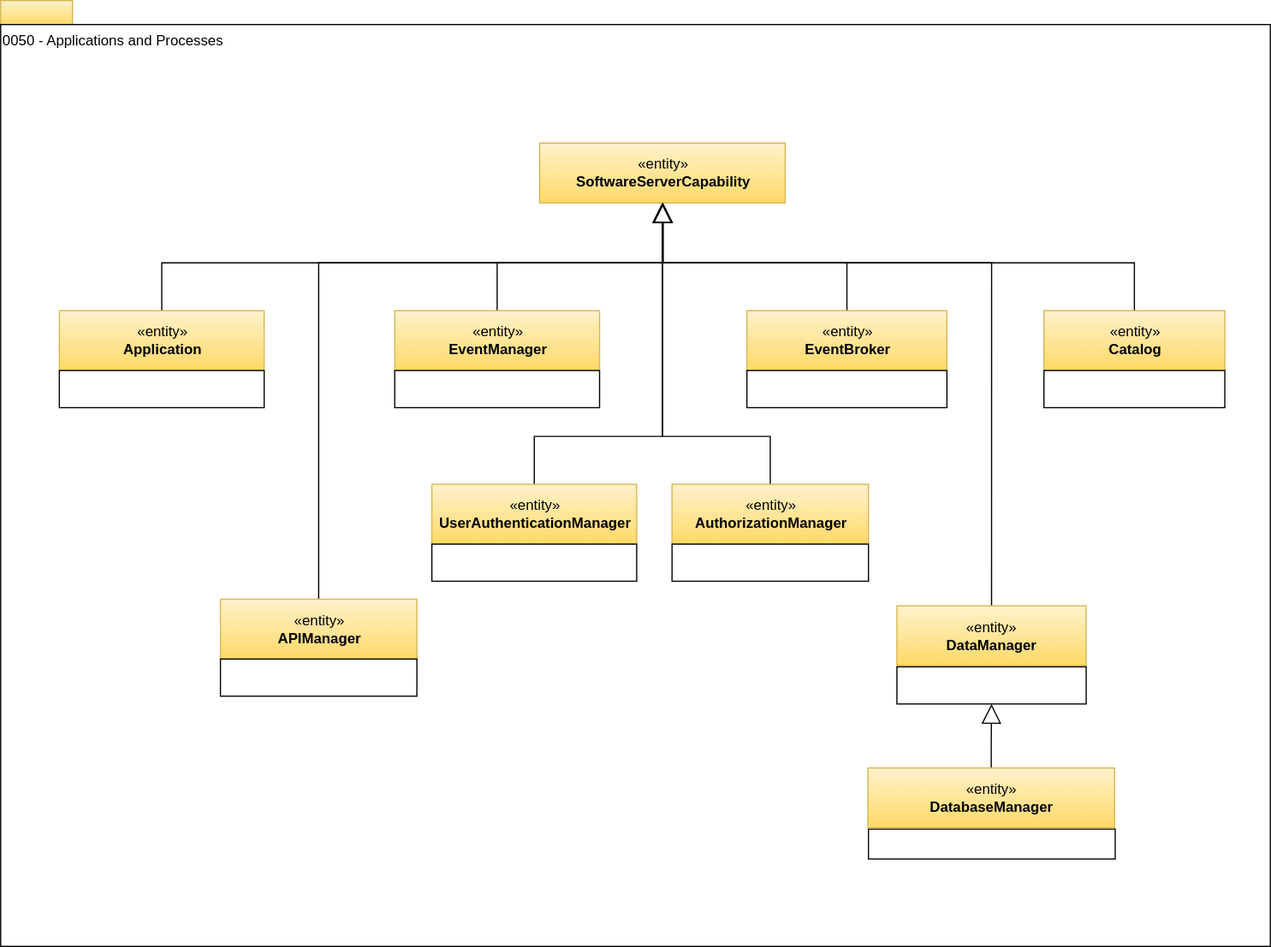
odpi/egeria-docs keeps this draw.io diagram as site/docs/types/0/0050-Applications-and-Processes.svg. Above is the earlier version. Source tidied: cells renumbered, new cells last; positions are measured from the earlier drawing's top-left corner, leaving out a move shared by most shapes.
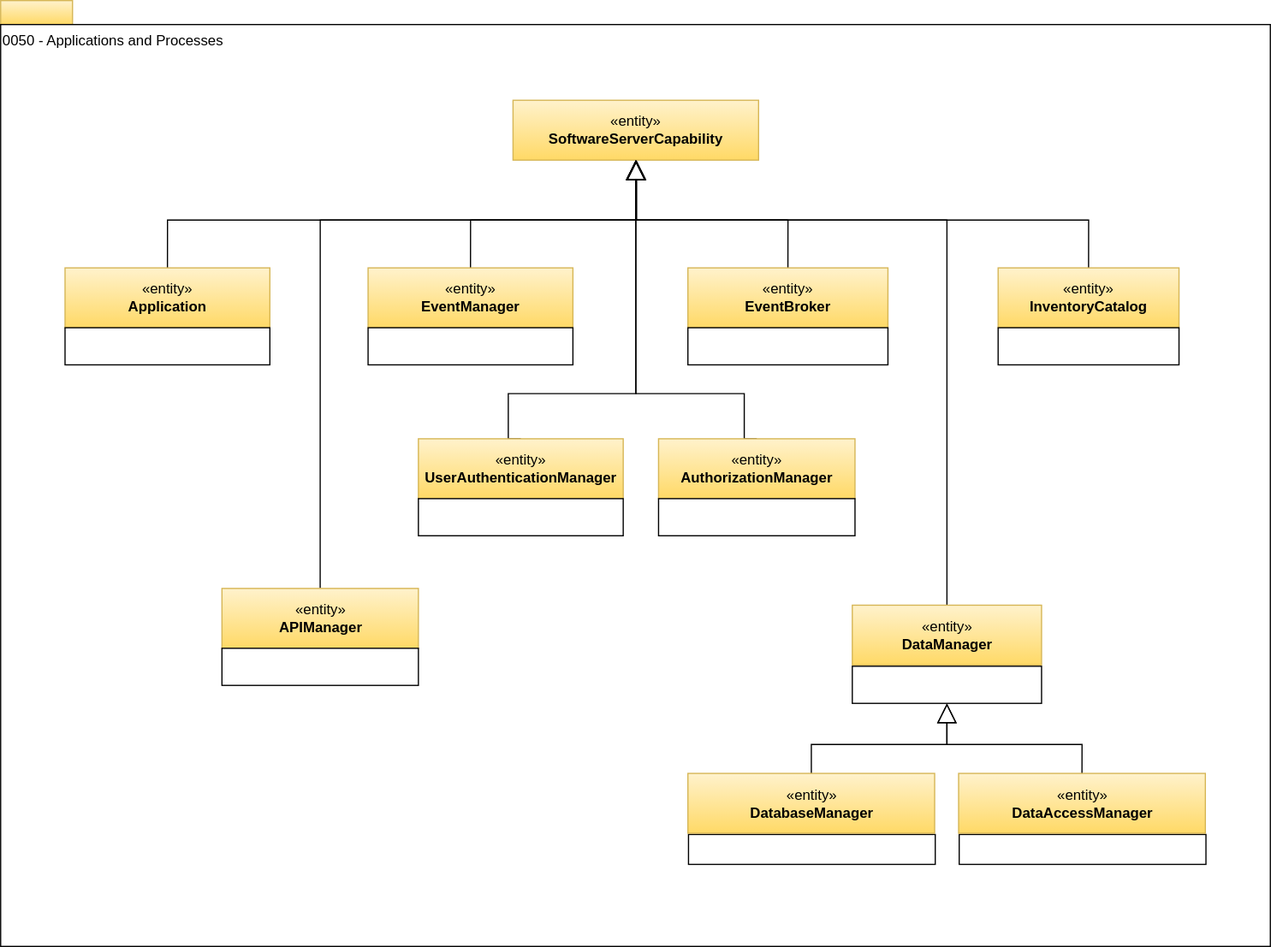
After the commit.

The edit, as a diff of the source:
```diff
@@ -12,110 +12,119 @@
       <mxGeometry relative="1" as="geometry" />
     </mxCell>
     <mxCell id="5" value="«entity»&lt;br&gt;&lt;b&gt;Application&lt;/b&gt;" style="html=1;strokeColor=#d6b656;align=center;fillColor=#fff2cc;gradientColor=#ffd966;" parent="1" vertex="1">
-      <mxGeometry x="49" y="259" width="171" height="50" as="geometry" />
+      <mxGeometry x="53.8" y="223.2" width="171" height="50" as="geometry" />
     </mxCell>
     <mxCell id="6" value="«entity»&lt;br&gt;&lt;b&gt;SoftwareServerCapability&lt;/b&gt;" style="html=1;strokeColor=#d6b656;align=center;fillColor=#fff2cc;gradientColor=#ffd966;" parent="1" vertex="1">
-      <mxGeometry x="450" y="119" width="205" height="50" as="geometry" />
+      <mxGeometry x="427.8" y="83.2" width="205" height="50" as="geometry" />
     </mxCell>
     <mxCell id="7" style="edgeStyle=orthogonalEdgeStyle;rounded=0;jettySize=auto;html=1;exitX=0.5;exitY=0;exitDx=0;exitDy=0;entryX=0.5;entryY=1;entryDx=0;entryDy=0;endArrow=block;endFill=0;endSize=14;" parent="1" edge="1" source="8" target="6">
       <mxGeometry relative="1" as="geometry">
         <Array as="points">
-          <mxPoint x="643" y="364" />
-          <mxPoint x="553" y="364" />
+          <mxPoint x="620.8" y="328.2" />
+          <mxPoint x="530.8" y="328.2" />
         </Array>
       </mxGeometry>
     </mxCell>
     <mxCell id="8" value="«entity»&lt;br&gt;&lt;b&gt;AuthorizationManager&lt;/b&gt;" style="html=1;strokeColor=#d6b656;align=center;fillColor=#fff2cc;gradientColor=#ffd966;" parent="1" vertex="1">
-      <mxGeometry x="560.5" y="404" width="164" height="50" as="geometry" />
+      <mxGeometry x="549.2" y="366" width="164" height="50" as="geometry" />
     </mxCell>
     <mxCell id="9" style="rounded=0;whiteSpace=wrap;html=1;strokeColor=#000000;gradientColor=#ffffff;align=center;" parent="1" vertex="1">
-      <mxGeometry x="560.5" y="454" width="164" height="31" as="geometry" />
+      <mxGeometry x="549.2" y="416" width="164" height="31" as="geometry" />
     </mxCell>
     <mxCell id="10" style="edgeStyle=orthogonalEdgeStyle;rounded=0;jettySize=auto;html=1;exitX=0.5;exitY=0;exitDx=0;exitDy=0;endArrow=block;endFill=0;endSize=14;" parent="1" edge="1" source="11" target="6">
       <mxGeometry relative="1" as="geometry" />
     </mxCell>
     <mxCell id="11" value="«entity»&lt;br&gt;&lt;b&gt;EventBroker&lt;/b&gt;" style="html=1;strokeColor=#d6b656;align=center;fillColor=#fff2cc;gradientColor=#ffd966;" parent="1" vertex="1">
-      <mxGeometry x="623" y="259" width="167" height="50" as="geometry" />
+      <mxGeometry x="573.8" y="223.2" width="167" height="50" as="geometry" />
     </mxCell>
     <mxCell id="12" style="rounded=0;whiteSpace=wrap;html=1;strokeColor=#000000;gradientColor=#ffffff;align=center;" parent="1" vertex="1">
-      <mxGeometry x="623" y="309" width="167" height="31" as="geometry" />
+      <mxGeometry x="573.8" y="273.2" width="167" height="31" as="geometry" />
     </mxCell>
     <mxCell id="13" style="edgeStyle=orthogonalEdgeStyle;rounded=0;jettySize=auto;html=1;exitX=0.5;exitY=0;exitDx=0;exitDy=0;endArrow=block;endFill=0;endSize=14;" parent="1" edge="1" source="14" target="6">
       <mxGeometry relative="1" as="geometry">
         <Array as="points">
-          <mxPoint x="827" y="219" />
-          <mxPoint x="553" y="219" />
+          <mxPoint x="789.8" y="183.2" />
+          <mxPoint x="530.8" y="183.2" />
         </Array>
       </mxGeometry>
     </mxCell>
     <mxCell id="14" value="«entity»&lt;br&gt;&lt;b&gt;DataManager&lt;/b&gt;" style="html=1;strokeColor=#d6b656;align=center;fillColor=#fff2cc;gradientColor=#ffd966;" parent="1" vertex="1">
-      <mxGeometry x="748.2" y="505.5" width="158" height="50" as="geometry" />
+      <mxGeometry x="711" y="505" width="158" height="50" as="geometry" />
     </mxCell>
     <mxCell id="15" style="rounded=0;whiteSpace=wrap;html=1;strokeColor=#000000;gradientColor=#ffffff;align=center;" parent="1" vertex="1">
-      <mxGeometry x="748.2" y="556.5" width="158" height="31" as="geometry" />
+      <mxGeometry x="711" y="556" width="158" height="31" as="geometry" />
     </mxCell>
     <mxCell id="16" style="edgeStyle=orthogonalEdgeStyle;rounded=0;jettySize=auto;html=1;exitX=0.5;exitY=0;exitDx=0;exitDy=0;endArrow=block;endFill=0;endSize=14;" parent="1" edge="1" source="17" target="6">
       <mxGeometry relative="1" as="geometry" />
     </mxCell>
-    <mxCell id="17" value="«entity»&lt;br&gt;&lt;b&gt;Catalog&lt;/b&gt;" style="html=1;strokeColor=#d6b656;align=center;fillColor=#fff2cc;gradientColor=#ffd966;" parent="1" vertex="1">
-      <mxGeometry x="871" y="259" width="151" height="50" as="geometry" />
+    <mxCell id="17" value="«entity»&lt;br&gt;&lt;b&gt;InventoryCatalog&lt;/b&gt;" style="html=1;strokeColor=#d6b656;align=center;fillColor=#fff2cc;gradientColor=#ffd966;" parent="1" vertex="1">
+      <mxGeometry x="832.8" y="223.2" width="151" height="50" as="geometry" />
     </mxCell>
     <mxCell id="18" style="rounded=0;whiteSpace=wrap;html=1;strokeColor=#000000;gradientColor=#ffffff;align=center;" parent="1" vertex="1">
-      <mxGeometry x="871" y="309" width="151" height="31" as="geometry" />
+      <mxGeometry x="832.8" y="273.2" width="151" height="31" as="geometry" />
     </mxCell>
     <mxCell id="19" style="edgeStyle=orthogonalEdgeStyle;rounded=0;jettySize=auto;html=1;exitX=0.5;exitY=0;exitDx=0;exitDy=0;endArrow=block;endFill=0;endSize=14;" parent="1" edge="1" source="20" target="6">
       <mxGeometry relative="1" as="geometry">
         <Array as="points">
-          <mxPoint x="415" y="219" />
-          <mxPoint x="553" y="219" />
+          <mxPoint x="392.8" y="183.2" />
+          <mxPoint x="530.8" y="183.2" />
         </Array>
       </mxGeometry>
     </mxCell>
     <mxCell id="20" value="«entity»&lt;br&gt;&lt;b&gt;EventManager&lt;/b&gt;" style="html=1;strokeColor=#d6b656;align=center;fillColor=#fff2cc;gradientColor=#ffd966;" parent="1" vertex="1">
-      <mxGeometry x="329" y="259" width="171" height="50" as="geometry" />
+      <mxGeometry x="306.8" y="223.2" width="171" height="50" as="geometry" />
     </mxCell>
     <mxCell id="21" style="rounded=0;whiteSpace=wrap;html=1;strokeColor=#000000;gradientColor=#ffffff;align=left;" parent="1" vertex="1">
-      <mxGeometry x="724.5" y="692" width="206" height="25" as="geometry" />
+      <mxGeometry x="574.2" y="696.5" width="206" height="25" as="geometry" />
     </mxCell>
     <mxCell id="22" style="edgeStyle=orthogonalEdgeStyle;rounded=0;jettySize=auto;html=1;entryX=0.5;entryY=1;entryDx=0;entryDy=0;endArrow=block;endFill=0;endSize=14;" parent="1" edge="1" source="23" target="15">
       <mxGeometry relative="1" as="geometry" />
     </mxCell>
     <mxCell id="23" value="«entity»&lt;br&gt;&lt;b&gt;DatabaseManager&lt;/b&gt;" style="html=1;strokeColor=#d6b656;align=center;fillColor=#fff2cc;gradientColor=#ffd966;" parent="1" vertex="1">
-      <mxGeometry x="724" y="641" width="206" height="50" as="geometry" />
+      <mxGeometry x="573.8" y="645.5" width="206" height="50" as="geometry" />
     </mxCell>
     <mxCell id="24" style="rounded=0;whiteSpace=wrap;html=1;strokeColor=#000000;gradientColor=#ffffff;align=center;" parent="1" vertex="1">
-      <mxGeometry x="49" y="309" width="171" height="31" as="geometry" />
+      <mxGeometry x="53.8" y="273.2" width="171" height="31" as="geometry" />
     </mxCell>
     <mxCell id="25" style="rounded=0;whiteSpace=wrap;html=1;strokeColor=#000000;gradientColor=#ffffff;align=center;" parent="1" vertex="1">
-      <mxGeometry x="329" y="309" width="171" height="31" as="geometry" />
+      <mxGeometry x="306.8" y="273.2" width="171" height="31" as="geometry" />
     </mxCell>
     <mxCell id="26" style="edgeStyle=orthogonalEdgeStyle;rounded=0;jettySize=auto;html=1;exitX=0.5;exitY=0;exitDx=0;exitDy=0;entryX=0.5;entryY=1;entryDx=0;entryDy=0;endArrow=block;endFill=0;endSize=14;" parent="1" edge="1" source="27" target="6">
       <mxGeometry relative="1" as="geometry">
         <Array as="points">
-          <mxPoint x="266" y="219" />
-          <mxPoint x="553" y="219" />
+          <mxPoint x="266.8" y="183.2" />
+          <mxPoint x="530.8" y="183.2" />
         </Array>
       </mxGeometry>
     </mxCell>
     <mxCell id="27" value="«entity»&lt;br&gt;&lt;b&gt;APIManager&lt;/b&gt;" style="html=1;strokeColor=#d6b656;align=center;fillColor=#fff2cc;gradientColor=#ffd966;" parent="1" vertex="1">
-      <mxGeometry x="183.5" y="500" width="164" height="50" as="geometry" />
+      <mxGeometry x="184.8" y="491" width="164" height="50" as="geometry" />
     </mxCell>
     <mxCell id="28" style="rounded=0;whiteSpace=wrap;html=1;strokeColor=#000000;gradientColor=#ffffff;align=center;" parent="1" vertex="1">
-      <mxGeometry x="183.5" y="550" width="164" height="31" as="geometry" />
+      <mxGeometry x="184.8" y="541" width="164" height="31" as="geometry" />
     </mxCell>
     <mxCell id="29" style="edgeStyle=orthogonalEdgeStyle;rounded=0;jettySize=auto;html=1;exitX=0.5;exitY=0;exitDx=0;exitDy=0;endArrow=block;endFill=0;endSize=14;entryX=0.5;entryY=1;entryDx=0;entryDy=0;" parent="1" edge="1" source="30" target="6">
       <mxGeometry relative="1" as="geometry">
         <Array as="points">
-          <mxPoint x="446" y="364" />
-          <mxPoint x="553" y="364" />
+          <mxPoint x="423.8" y="328.2" />
+          <mxPoint x="530.8" y="328.2" />
         </Array>
       </mxGeometry>
     </mxCell>
     <mxCell id="30" value="«entity»&lt;br&gt;&lt;b&gt;UserAuthenticationManager&lt;/b&gt;" style="html=1;strokeColor=#d6b656;align=center;fillColor=#fff2cc;gradientColor=#ffd966;" parent="1" vertex="1">
-      <mxGeometry x="360" y="404" width="171" height="50" as="geometry" />
+      <mxGeometry x="348.8" y="366" width="171" height="50" as="geometry" />
     </mxCell>
     <mxCell id="31" style="rounded=0;whiteSpace=wrap;html=1;strokeColor=#000000;gradientColor=#ffffff;align=center;" parent="1" vertex="1">
-      <mxGeometry x="360" y="454" width="171" height="31" as="geometry" />
+      <mxGeometry x="348.8" y="416" width="171" height="31" as="geometry" />
     </mxCell>
+    <mxCell id="32" style="rounded=0;whiteSpace=wrap;html=1;strokeColor=#000000;gradientColor=#ffffff;align=left;" parent="1" vertex="1">
+      <mxGeometry x="800.2" y="696.5" width="206" height="25" as="geometry" />
+    </mxCell>
+    <mxCell id="33" style="edgeStyle=orthogonalEdgeStyle;rounded=0;jettySize=auto;html=1;entryX=0.5;entryY=1;entryDx=0;entryDy=0;endArrow=block;endFill=0;endSize=14;exitX=0.5;exitY=0;exitDx=0;exitDy=0;" parent="1" edge="1" source="34" target="15">
+      <mxGeometry relative="1" as="geometry" />
+    </mxCell>
+    <mxCell id="34" value="«entity»&lt;br&gt;&lt;b&gt;DataAccessManager&lt;/b&gt;" style="html=1;strokeColor=#d6b656;align=center;fillColor=#fff2cc;gradientColor=#ffd966;" parent="1" vertex="1">
+      <mxGeometry x="799.8" y="645.5" width="206" height="50" as="geometry" />
+    </mxCell>
   </root>
 </mxGraphModel>
```
